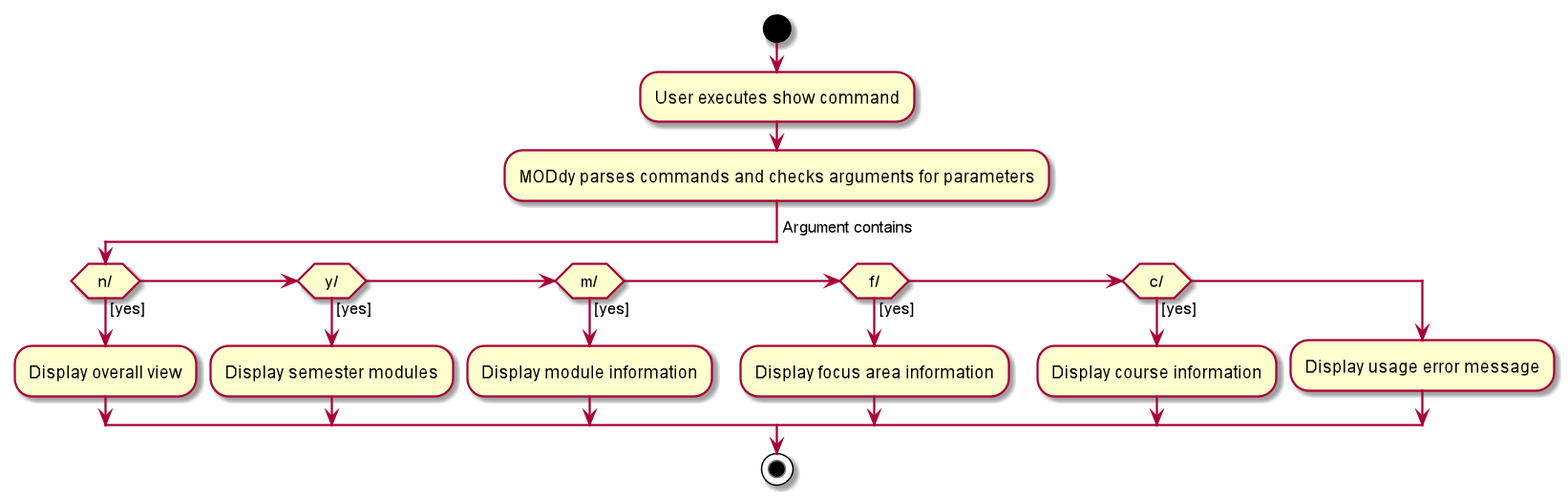
This is docs/images/ShowCommandActivityDiagram.png from nus-cs2103-AY1920S2/addressbook-level3, a PlantUML export, as it was before one commit. Its diagram source:
```plantuml
@startuml
start
:User executes show command;
:MODdy parses commands and checks arguments for parameters;
->Argument contains;
if (n/) then ([yes])
  :Display overall view;
elseif (y/) then ([yes])
  :Display semester modules;
elseif (m/) then ([yes])
  :Display module information;
elseif (f/) then ([yes])
  :Display focus area information;
elseif (c/) then ([yes])
  :Display course information;
else ()
  :Display usage error message;
endif
stop
@enduml
```
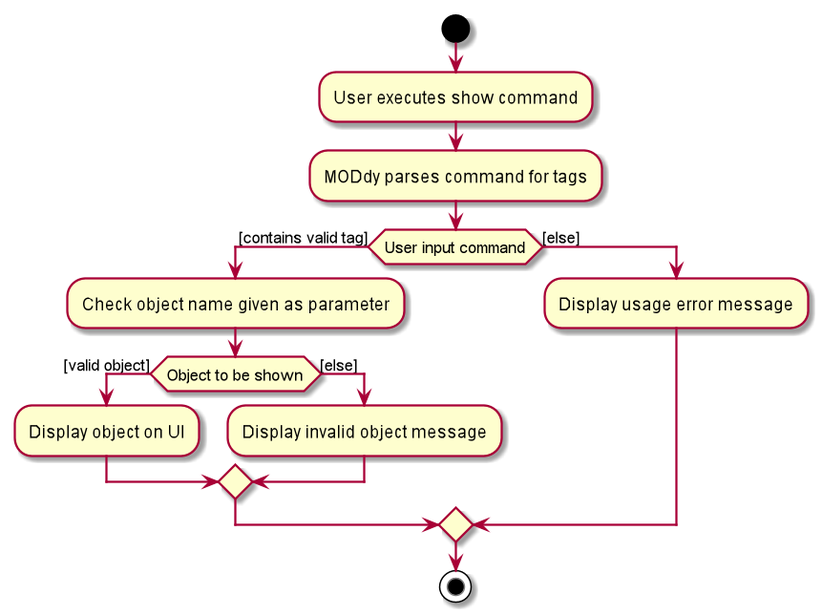
The same diagram one commit later.

Commit message:
Change activity diagram

The edit, as a diff of the source:
```diff
@@ -1,19 +1,15 @@
 @startuml
 start
 :User executes show command;
-:MODdy parses commands and checks arguments for parameters;
-->Argument contains;
-if (n/) then ([yes])
-  :Display overall view;
-elseif (y/) then ([yes])
-  :Display semester modules;
-elseif (m/) then ([yes])
-  :Display module information;
-elseif (f/) then ([yes])
-  :Display focus area information;
-elseif (c/) then ([yes])
-  :Display course information;
-else ()
+:MODdy parses command for tags;
+if (User input command) then ([contains valid tag])
+  :Check object name given as parameter;
+  if (Object to be shown) then ([valid object])
+  :Display object on UI;
+  else ([else])
+  :Display invalid object message;
+  endif
+else ([else])
   :Display usage error message;
 endif
 stop
```
